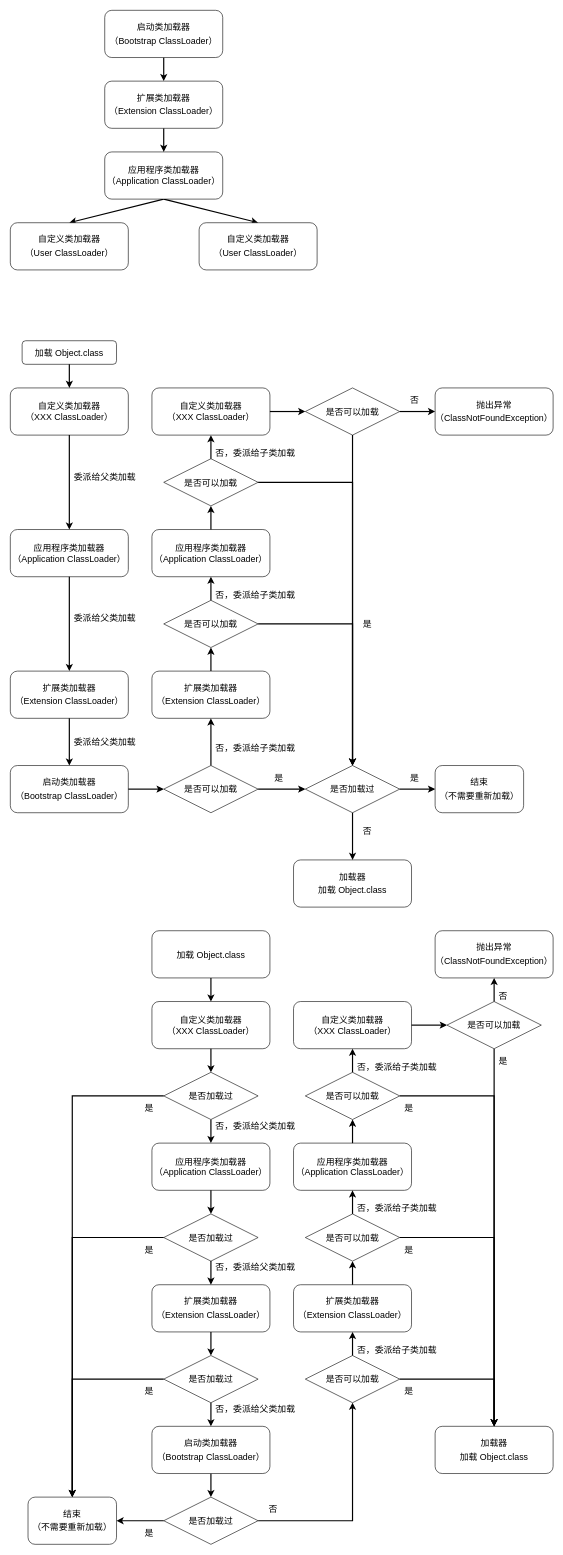
Earlier version of the draw.io diagram 双亲委派机制/双亲委派机制.drawio (zero-97/picture-of-the-article). Source tidied: cells renumbered, new cells numbered last; positions are measured from the earlier drawing's top-left corner, leaving out a move shared by most shapes. Both pictures are drawn from the tidied source at 59%, with x=0, y=0 at pixel (10, 10).
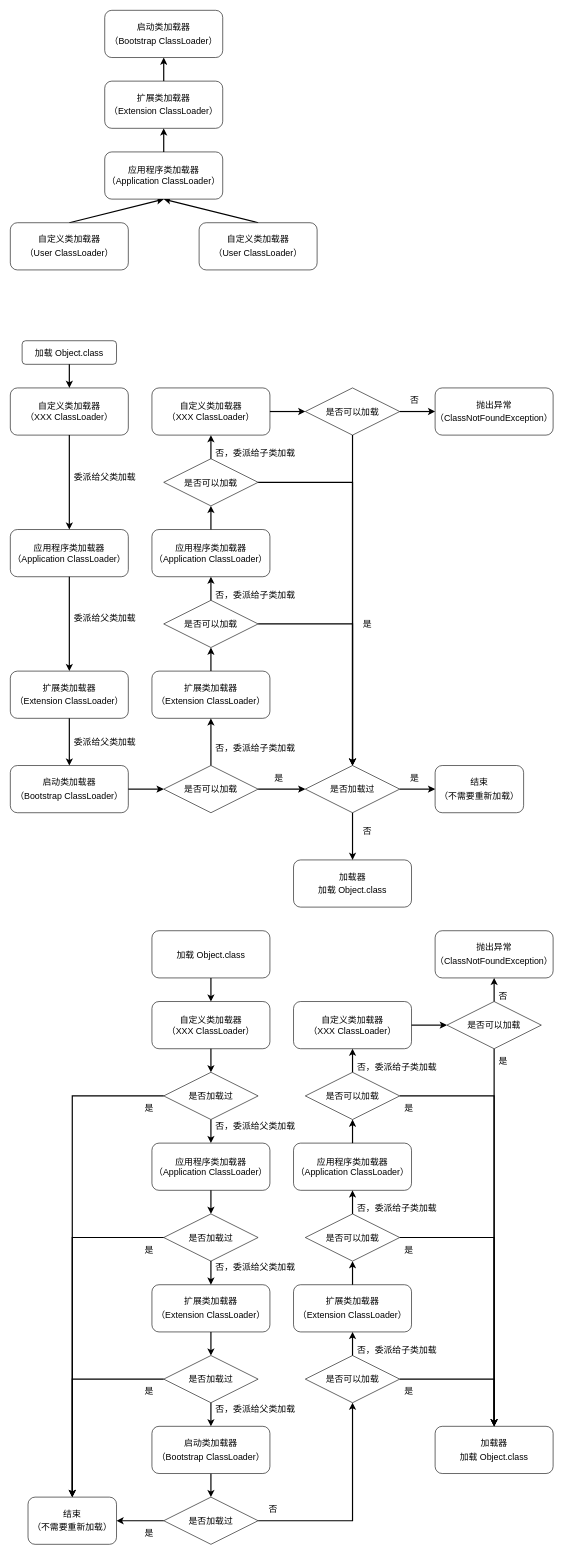
The same diagram, later.

Commit message:
Update 双亲委派机制.drawio

Unchanged cells that the change refers to:
```xml
<mxCell id="3" value="&lt;p style=&quot;line-height: 1.5&quot;&gt;启动类加载器&lt;br style=&quot;font-size: 15px&quot;&gt;（Bootstrap ClassLoader）&lt;/p&gt;" style="rounded=1;whiteSpace=wrap;html=1;fontSize=15;" parent="1" vertex="1">
  <mxGeometry x="160" width="200" height="80" as="geometry" />
</mxCell>
<mxCell id="5" value="&lt;p style=&quot;line-height: 1.5&quot;&gt;扩展类加载器&lt;br style=&quot;font-size: 15px&quot;&gt;（Extension ClassLoader）&lt;/p&gt;" style="rounded=1;whiteSpace=wrap;html=1;fontSize=15;" parent="1" vertex="1">
  <mxGeometry x="160" y="120" width="200" height="80" as="geometry" />
</mxCell>
<mxCell id="8" value="应用程序类加载器&lt;br style=&quot;font-size: 15px;&quot;&gt;（Application ClassLoader）" style="rounded=1;whiteSpace=wrap;html=1;fontSize=15;" parent="1" vertex="1">
  <mxGeometry x="160" y="240" width="200" height="80" as="geometry" />
</mxCell>
<mxCell id="9" value="&lt;p style=&quot;line-height: 1.5&quot;&gt;自定义类加载器&lt;br style=&quot;font-size: 15px&quot;&gt;（User ClassLoader）&lt;/p&gt;" style="rounded=1;whiteSpace=wrap;html=1;fontSize=15;" parent="1" vertex="1">
  <mxGeometry y="360" width="200" height="80" as="geometry" />
</mxCell>
<mxCell id="10" value="&lt;p style=&quot;line-height: 1.5&quot;&gt;自定义类加载器&lt;br style=&quot;font-size: 15px&quot;&gt;（User ClassLoader）&lt;/p&gt;" style="rounded=1;whiteSpace=wrap;html=1;fontSize=15;" parent="1" vertex="1">
  <mxGeometry x="320" y="360" width="200" height="80" as="geometry" />
</mxCell>
```

Change to the diagram source:
```diff
@@
-    <mxCell id="2" style="edgeStyle=orthogonalEdgeStyle;rounded=0;jettySize=auto;html=1;strokeWidth=2;fontSize=15;" parent="1" edge="1" source="3" target="5">
+    <mxCell id="2" style="edgeStyle=orthogonalEdgeStyle;rounded=0;jettySize=auto;html=1;strokeWidth=2;fontSize=15;" parent="1" edge="1" source="5" target="3">
       <mxGeometry relative="1" as="geometry" />
     </mxCell>
@@
-    <mxCell id="4" style="edgeStyle=orthogonalEdgeStyle;rounded=0;jettySize=auto;html=1;strokeWidth=2;fontSize=15;" parent="1" edge="1" source="5" target="8">
+    <mxCell id="4" style="edgeStyle=orthogonalEdgeStyle;rounded=0;jettySize=auto;html=1;strokeWidth=2;fontSize=15;exitX=0.5;exitY=0;exitDx=0;exitDy=0;" parent="1" edge="1" source="8" target="5">
       <mxGeometry relative="1" as="geometry" />
     </mxCell>
@@
-    <mxCell id="6" style="rounded=0;jettySize=auto;html=1;entryX=0.5;entryY=0;entryDx=0;entryDy=0;exitX=0.5;exitY=1;exitDx=0;exitDy=0;strokeWidth=2;fontSize=15;" parent="1" edge="1" source="8" target="9">
+    <mxCell id="6" style="rounded=0;jettySize=auto;html=1;entryX=0.5;entryY=1;entryDx=0;entryDy=0;exitX=0.5;exitY=0;exitDx=0;exitDy=0;strokeWidth=2;fontSize=15;" parent="1" edge="1" source="9" target="8">
       <mxGeometry relative="1" as="geometry" />
     </mxCell>
-    <mxCell id="7" style="rounded=0;jettySize=auto;html=1;entryX=0.5;entryY=0;entryDx=0;entryDy=0;exitX=0.5;exitY=1;exitDx=0;exitDy=0;strokeWidth=2;fontSize=15;" parent="1" edge="1" source="8" target="10">
+    <mxCell id="7" style="rounded=0;jettySize=auto;html=1;entryX=0.5;entryY=1;entryDx=0;entryDy=0;exitX=0.5;exitY=0;exitDx=0;exitDy=0;strokeWidth=2;fontSize=15;" parent="1" edge="1" source="10" target="8">
       <mxGeometry relative="1" as="geometry" />
     </mxCell>
```
